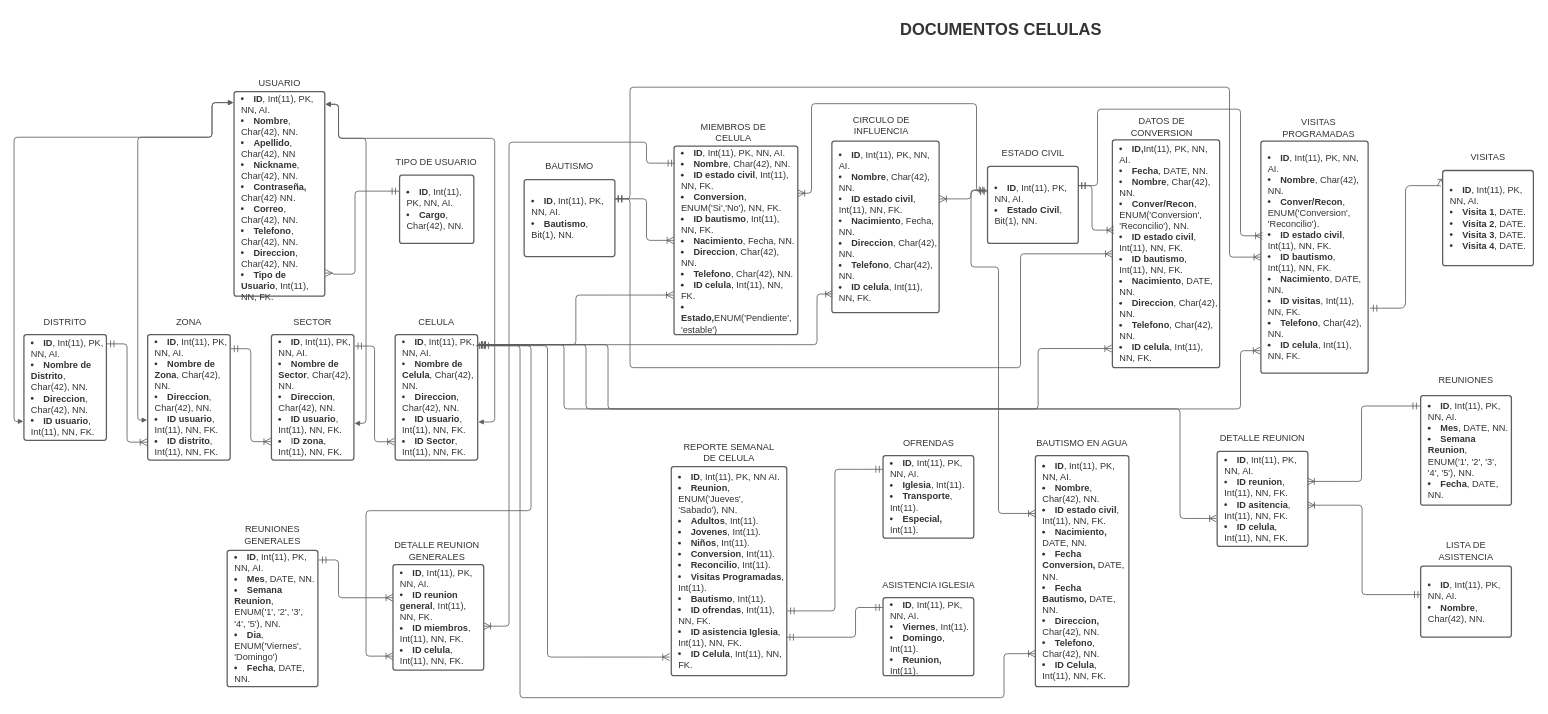
KJCarvajal/la-cosecha keeps this draw.io diagram as page "entidad-relacion" (1 of 2) of Diagrama 1.drawio. Above is the earlier version. Source tidied: cells renumbered, new cells numbered last; positions are measured from the earlier drawing's top-left corner, leaving out a move shared by most shapes. Both pictures are drawn from the tidied source at 55%, with x=0, y=0 at pixel (14, 10).
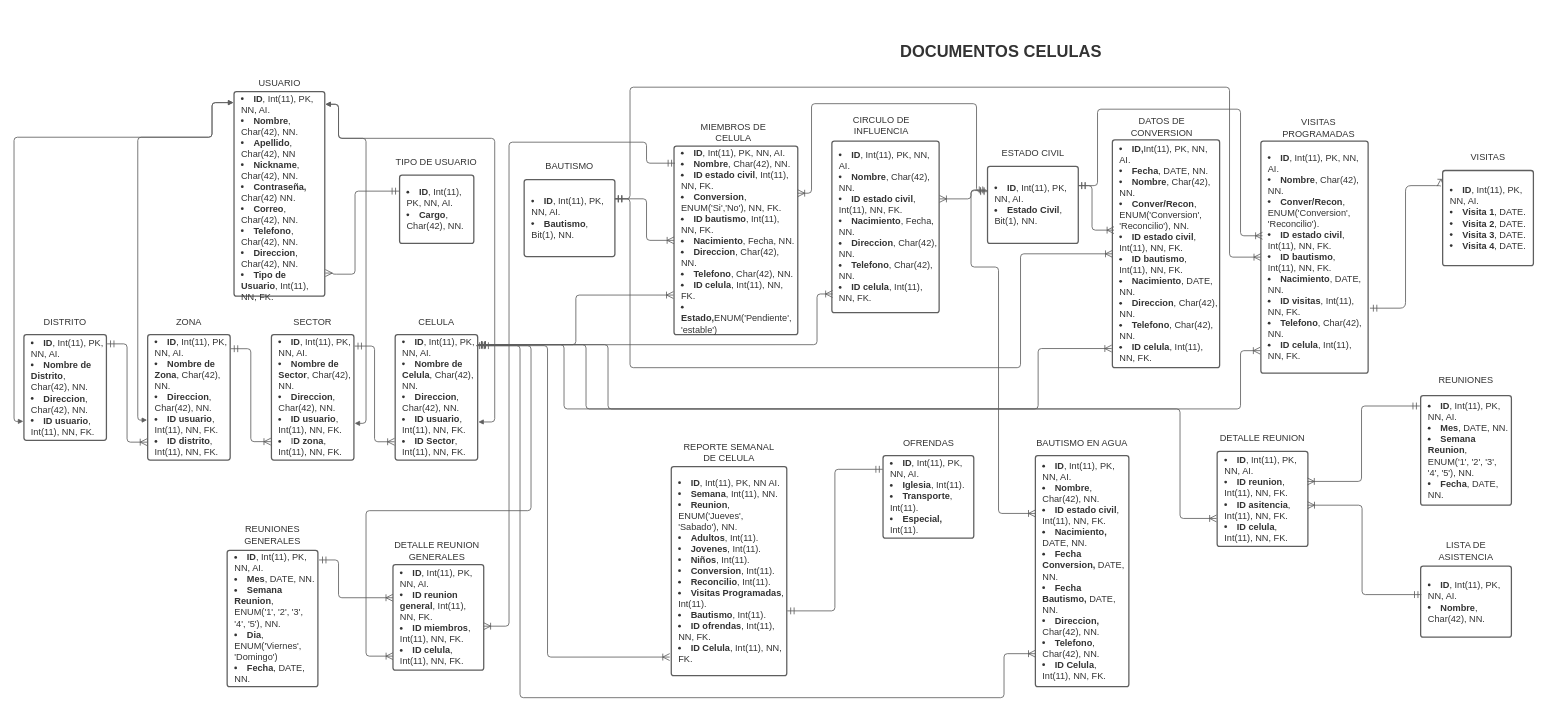
The same diagram, later.

Unchanged cells that the change refers to:
```xml
<mxCell id="13" value="&lt;ul style=&quot;margin: 0px; padding-left: 10px;list-style-position: inside; list-style-type:disc&quot;&gt;&lt;li style=&quot;text-align:left;color:#333333;font-size:16.7px;&quot;&gt;&lt;span style=&quot;margin-left: 0px;margin-top: -2px;&quot;&gt;&lt;span style=&quot;font-size:16.7px;color:#333333;font-weight: bold;&quot;&gt;ID&lt;/span&gt;&lt;span style=&quot;font-size:16.7px;color:#333333;&quot;&gt;, Int(11), PK, NN, AI.&lt;/span&gt;&lt;/span&gt;&lt;/li&gt;&lt;li style=&quot;text-align:left;color:#333333;font-size:16.7px;&quot;&gt;&lt;span style=&quot;margin-left: 0px;margin-top: -2px;&quot;&gt;&lt;span style=&quot;font-size:16.7px;color:#333333;&quot;&gt;&lt;span style=&quot;font-size:16.7px;color:#333333;font-weight: bold;&quot;&gt;Nombre de Celula&lt;/span&gt;, Char(42), NN.&lt;/span&gt;&lt;/span&gt;&lt;/li&gt;&lt;li style=&quot;text-align:left;color:#333333;font-size:16.7px;&quot;&gt;&lt;span style=&quot;margin-left: 0px;margin-top: -2px;&quot;&gt;&lt;span style=&quot;font-size:16.7px;color:#333333;&quot;&gt;&lt;span style=&quot;font-size:16.7px;color:#333333;font-weight: bold;&quot;&gt;Direccion&lt;/span&gt;, Char(42), NN.&lt;/span&gt;&lt;/span&gt;&lt;/li&gt;&lt;li style=&quot;text-align:left;color:#333333;font-size:16.7px;&quot;&gt;&lt;span style=&quot;margin-left: 0px;margin-top: -2px;&quot;&gt;&lt;span style=&quot;font-size:16.7px;color:#333333;&quot;&gt;&lt;span style=&quot;font-size:16.7px;color:#333333;font-weight: bold;&quot;&gt;ID usuario&lt;/span&gt;, Int(11), NN, FK.&lt;/span&gt;&lt;/span&gt;&lt;/li&gt;&lt;li style=&quot;text-align:left;color:#333333;font-size:16.7px;&quot;&gt;&lt;span style=&quot;margin-left: 0px;margin-top: -2px;&quot;&gt;&lt;span style=&quot;font-size:16.7px;color:#333333;&quot;&gt;&lt;span style=&quot;font-size:16.7px;color:#333333;font-weight: bold;&quot;&gt;ID Sector&lt;/span&gt;, Int(11), NN, FK.&lt;/span&gt;&lt;/span&gt;&lt;/li&gt;&lt;/ul&gt;" style="html=1;overflow=block;blockSpacing=1;whiteSpace=wrap;fontSize=13;spacing=3.8;strokeColor=#5e5e5e;strokeOpacity=100;rounded=1;absoluteArcSize=1;arcSize=9;strokeWidth=2.3;" parent="1" vertex="1">
  <mxGeometry x="693" y="590" width="150" height="228" as="geometry" />
</mxCell>
<mxCell id="29" value="&lt;ul style=&quot;margin: 0px ; padding-left: 10px ; list-style-position: inside ; list-style-type: disc&quot;&gt;&lt;li style=&quot;text-align: left ; color: #333333 ; font-size: 16.7px&quot;&gt;&lt;span style=&quot;margin-left: 0px ; margin-top: -2px&quot;&gt;&lt;span style=&quot;font-size: 16.7px ; color: #333333 ; font-weight: bold&quot;&gt;ID&lt;/span&gt;&lt;span style=&quot;font-size: 16.7px ; color: #333333&quot;&gt;, Int(11), PK, NN, AI.&lt;/span&gt;&lt;/span&gt;&lt;/li&gt;&lt;li style=&quot;text-align: left ; color: #333333 ; font-size: 16.7px&quot;&gt;&lt;span style=&quot;margin-left: 0px ; margin-top: -2px&quot;&gt;&lt;span style=&quot;font-size: 16.7px ; color: #333333&quot;&gt;&lt;b&gt;ID reunion&lt;/b&gt;, Int(11), NN, FK.&lt;/span&gt;&lt;/span&gt;&lt;/li&gt;&lt;li style=&quot;text-align: left ; color: #333333 ; font-size: 16.7px&quot;&gt;&lt;b&gt;ID asitencia&lt;/b&gt;, Int(11), NN, FK.&lt;br&gt;&lt;b&gt;&lt;/b&gt;&lt;/li&gt;&lt;li style=&quot;text-align: left ; color: #333333 ; font-size: 16.7px&quot;&gt;&lt;span style=&quot;margin-left: 0px ; margin-top: -2px&quot;&gt;&lt;span style=&quot;font-size: 16.7px ; color: #333333&quot;&gt;&lt;span style=&quot;font-size: 16.7px ; color: #333333 ; font-weight: bold&quot;&gt;ID celula&lt;/span&gt;, Int(11), NN, FK.&lt;/span&gt;&lt;/span&gt;&lt;/li&gt;&lt;/ul&gt;" style="html=1;overflow=block;blockSpacing=1;whiteSpace=wrap;fontSize=13;spacing=3.8;strokeColor=#5e5e5e;strokeOpacity=100;rounded=1;absoluteArcSize=1;arcSize=9;strokeWidth=2.3;" parent="1" vertex="1">
  <mxGeometry x="2187.5" y="802" width="165" height="173" as="geometry" />
</mxCell>
```

What changed in the source:
```diff
@@
     <mxCell id="25" value="DOCUMENTOS CELULAS" style="html=1;overflow=block;blockSpacing=1;whiteSpace=wrap;fontSize=30;fontColor=#333333;fontStyle=1;align=center;spacing=3.8;strokeOpacity=0;fillOpacity=0;rounded=1;absoluteArcSize=1;arcSize=9;fillColor=#ffffff;strokeWidth=2.3;" parent="1" vertex="1">
-      <mxGeometry x="1562" width="465" height="70" as="geometry" />
+      <mxGeometry x="1562" y="40" width="465" height="70" as="geometry" />
     </mxCell>
@@
-    <mxCell id="32" style="html=1;jettySize=18;whiteSpace=wrap;overflow=block;blockSpacing=1;fontSize=13;strokeColor=#5E5E5E;strokeWidth=1.5;rounded=1;arcSize=12;edgeStyle=orthogonalEdgeStyle;startArrow=ERoneToMany;startSize=10;endArrow=ERmandOne;endSize=10;exitX=-0.007;exitY=0.706;exitPerimeter=0;entryX=1.008;entryY=0.08;entryPerimeter=0;startFill=0;" parent="1" edge="1" source="29" target="13">
+    <mxCell id="32" style="html=1;jettySize=18;whiteSpace=wrap;overflow=block;blockSpacing=1;fontSize=13;strokeColor=#5E5E5E;strokeWidth=1.5;rounded=1;arcSize=12;edgeStyle=orthogonalEdgeStyle;startArrow=ERoneToMany;startSize=10;endArrow=ERmandOne;endSize=10;exitX=-0.007;exitY=0.706;exitPerimeter=0;entryX=1.008;entryY=0.08;entryPerimeter=0;startFill=0;fillColor=#ffe6cc;" parent="1" edge="1" source="29" target="13">
       <mxGeometry relative="1" as="geometry">
         <Array as="points">
           <mxPoint x="2120" y="924" />
           <mxPoint x="2120" y="725" />
           <mxPoint x="1080" y="725" />
           <mxPoint x="1080" y="608" />
         </Array>
       </mxGeometry>
     </mxCell>
@@
-    <mxCell id="38" value="&lt;ul style=&quot;margin: 0px ; padding-left: 10px ; list-style-position: inside ; list-style-type: disc&quot;&gt;&lt;li style=&quot;text-align: left ; color: #333333 ; font-size: 16.7px&quot;&gt;&lt;span style=&quot;margin-left: 0px ; margin-top: -2px&quot;&gt;&lt;span style=&quot;font-size: 16.7px ; color: #333333 ; font-weight: bold&quot;&gt;ID&lt;/span&gt;&lt;span style=&quot;font-size: 16.7px ; color: #333333&quot;&gt;, Int(11), PK, NN AI.&lt;/span&gt;&lt;/span&gt;&lt;/li&gt;&lt;li style=&quot;text-align: left ; color: #333333 ; font-size: 16.7px&quot;&gt;&lt;span style=&quot;margin-left: 0px ; margin-top: -2px&quot;&gt;&lt;span style=&quot;font-size: 16.7px ; color: #333333&quot;&gt;&lt;span style=&quot;font-size: 16.7px ; color: #333333 ; font-weight: bold&quot;&gt;Reunion&lt;/span&gt;, ENUM('Jueves', 'Sabado'), NN.&lt;/span&gt;&lt;/span&gt;&lt;/li&gt;&lt;li style=&quot;text-align: left ; color: #333333 ; font-size: 16.7px&quot;&gt;&lt;span style=&quot;margin-left: 0px ; margin-top: -2px&quot;&gt;&lt;span style=&quot;font-size: 16.7px ; color: #333333&quot;&gt;&lt;span style=&quot;font-size: 16.7px ; color: #333333 ; font-weight: bold&quot;&gt;Adultos&lt;/span&gt;, Int(11).&lt;/span&gt;&lt;/span&gt;&lt;/li&gt;&lt;li style=&quot;text-align: left ; color: #333333 ; font-size: 16.7px&quot;&gt;&lt;span style=&quot;margin-left: 0px ; margin-top: -2px&quot;&gt;&lt;span style=&quot;font-size: 16.7px ; color: #333333&quot;&gt;&lt;span style=&quot;font-size: 16.7px ; color: #333333 ; font-weight: bold&quot;&gt;Jovenes&lt;/span&gt;, Int(11).&lt;/span&gt;&lt;/span&gt;&lt;/li&gt;&lt;li style=&quot;text-align: left ; color: #333333 ; font-size: 16.7px&quot;&gt;&lt;span style=&quot;margin-left: 0px ; margin-top: -2px&quot;&gt;&lt;span style=&quot;font-size: 16.7px ; color: #333333&quot;&gt;&lt;span style=&quot;font-size: 16.7px ; color: #333333 ; font-weight: bold&quot;&gt;Niños&lt;/span&gt;, Int(11).&lt;/span&gt;&lt;/span&gt;&lt;/li&gt;&lt;li style=&quot;text-align: left ; color: #333333 ; font-size: 16.7px&quot;&gt;&lt;span style=&quot;margin-left: 0px ; margin-top: -2px&quot;&gt;&lt;span style=&quot;font-size: 16.7px ; color: #333333&quot;&gt;&lt;span style=&quot;font-size: 16.7px ; color: #333333 ; font-weight: bold&quot;&gt;Conversion&lt;/span&gt;, Int(11).&lt;/span&gt;&lt;/span&gt;&lt;/li&gt;&lt;li style=&quot;text-align: left ; color: #333333 ; font-size: 16.7px&quot;&gt;&lt;span style=&quot;margin-left: 0px ; margin-top: -2px&quot;&gt;&lt;span style=&quot;font-size: 16.7px ; color: #333333&quot;&gt;&lt;span style=&quot;font-size: 16.7px ; color: #333333 ; font-weight: bold&quot;&gt;Reconcilio&lt;/span&gt;, Int(11).&lt;/span&gt;&lt;/span&gt;&lt;/li&gt;&lt;li style=&quot;text-align: left ; color: #333333 ; font-size: 16.7px&quot;&gt;&lt;span style=&quot;margin-left: 0px ; margin-top: -2px&quot;&gt;&lt;span style=&quot;font-size: 16.7px ; color: #333333&quot;&gt;&lt;span style=&quot;font-size: 16.7px ; color: #333333 ; font-weight: bold&quot;&gt;Visitas Programadas&lt;/span&gt;, Int(11).&lt;/span&gt;&lt;/span&gt;&lt;/li&gt;&lt;li style=&quot;text-align: left ; color: #333333 ; font-size: 16.7px&quot;&gt;&lt;span style=&quot;margin-left: 0px ; margin-top: -2px&quot;&gt;&lt;span style=&quot;font-size: 16.7px ; color: #333333&quot;&gt;&lt;span style=&quot;font-size: 16.7px ; color: #333333 ; font-weight: bold&quot;&gt;Bautismo&lt;/span&gt;, Int(11).&lt;/span&gt;&lt;/span&gt;&lt;/li&gt;&lt;li style=&quot;text-align: left ; color: #333333 ; font-size: 16.7px&quot;&gt;&lt;span style=&quot;margin-left: 0px ; margin-top: -2px&quot;&gt;&lt;span style=&quot;font-size: 16.7px ; color: #333333&quot;&gt;&lt;span style=&quot;font-size: 16.7px ; color: #333333 ; font-weight: bold&quot;&gt;ID ofrendas&lt;/span&gt;, Int(11), NN, FK.&lt;/span&gt;&lt;/span&gt;&lt;/li&gt;&lt;li style=&quot;text-align: left ; color: #333333 ; font-size: 16.7px&quot;&gt;&lt;span style=&quot;margin-left: 0px ; margin-top: -2px&quot;&gt;&lt;span style=&quot;font-size: 16.7px ; color: #333333&quot;&gt;&lt;span style=&quot;font-size: 16.7px ; color: #333333 ; font-weight: bold&quot;&gt;ID asistencia Iglesia&lt;/span&gt;, Int(11), NN, FK.&lt;/span&gt;&lt;/span&gt;&lt;/li&gt;&lt;li style=&quot;text-align: left ; color: #333333 ; font-size: 16.7px&quot;&gt;&lt;span style=&quot;margin-left: 0px ; margin-top: -2px&quot;&gt;&lt;span style=&quot;font-size: 16.7px ; color: #333333&quot;&gt;&lt;b&gt;ID Celula&lt;/b&gt;, Int(11), NN, FK.&lt;br&gt;&lt;/span&gt;&lt;/span&gt;&lt;/li&gt;&lt;/ul&gt;" style="html=1;overflow=block;blockSpacing=1;whiteSpace=wrap;fontSize=13;spacing=3.8;strokeColor=#5e5e5e;strokeOpacity=100;rounded=1;absoluteArcSize=1;arcSize=9;strokeWidth=2.3;" parent="1" vertex="1">
+    <mxCell id="38" value="&lt;ul style=&quot;margin: 0px ; padding-left: 10px ; list-style-position: inside ; list-style-type: disc&quot;&gt;&lt;li style=&quot;text-align: left ; color: #333333 ; font-size: 16.7px&quot;&gt;&lt;span style=&quot;margin-left: 0px ; margin-top: -2px&quot;&gt;&lt;span style=&quot;font-size: 16.7px ; color: #333333 ; font-weight: bold&quot;&gt;ID&lt;/span&gt;&lt;span style=&quot;font-size: 16.7px ; color: #333333&quot;&gt;, Int(11), PK, NN AI.&lt;/span&gt;&lt;/span&gt;&lt;/li&gt;&lt;li style=&quot;text-align: left ; color: #333333 ; font-size: 16.7px&quot;&gt;&lt;span style=&quot;margin-left: 0px ; margin-top: -2px&quot;&gt;&lt;span style=&quot;font-size: 16.7px ; color: #333333&quot;&gt;&lt;b&gt;Semana&lt;/b&gt;, Int(11), NN.&lt;br&gt;&lt;/span&gt;&lt;/span&gt;&lt;/li&gt;&lt;li style=&quot;text-align: left ; color: #333333 ; font-size: 16.7px&quot;&gt;&lt;span style=&quot;margin-left: 0px ; margin-top: -2px&quot;&gt;&lt;span style=&quot;font-size: 16.7px ; color: #333333&quot;&gt;&lt;span style=&quot;font-size: 16.7px ; color: #333333 ; font-weight: bold&quot;&gt;Reunion&lt;/span&gt;, ENUM('Jueves', 'Sabado'), NN.&lt;/span&gt;&lt;/span&gt;&lt;/li&gt;&lt;li style=&quot;text-align: left ; color: #333333 ; font-size: 16.7px&quot;&gt;&lt;span style=&quot;margin-left: 0px ; margin-top: -2px&quot;&gt;&lt;span style=&quot;font-size: 16.7px ; color: #333333&quot;&gt;&lt;span style=&quot;font-size: 16.7px ; color: #333333 ; font-weight: bold&quot;&gt;Adultos&lt;/span&gt;, Int(11).&lt;/span&gt;&lt;/span&gt;&lt;/li&gt;&lt;li style=&quot;text-align: left ; color: #333333 ; font-size: 16.7px&quot;&gt;&lt;span style=&quot;margin-left: 0px ; margin-top: -2px&quot;&gt;&lt;span style=&quot;font-size: 16.7px ; color: #333333&quot;&gt;&lt;span style=&quot;font-size: 16.7px ; color: #333333 ; font-weight: bold&quot;&gt;Jovenes&lt;/span&gt;, Int(11).&lt;/span&gt;&lt;/span&gt;&lt;/li&gt;&lt;li style=&quot;text-align: left ; color: #333333 ; font-size: 16.7px&quot;&gt;&lt;span style=&quot;margin-left: 0px ; margin-top: -2px&quot;&gt;&lt;span style=&quot;font-size: 16.7px ; color: #333333&quot;&gt;&lt;span style=&quot;font-size: 16.7px ; color: #333333 ; font-weight: bold&quot;&gt;Niños&lt;/span&gt;, Int(11).&lt;/span&gt;&lt;/span&gt;&lt;/li&gt;&lt;li style=&quot;text-align: left ; color: #333333 ; font-size: 16.7px&quot;&gt;&lt;span style=&quot;margin-left: 0px ; margin-top: -2px&quot;&gt;&lt;span style=&quot;font-size: 16.7px ; color: #333333&quot;&gt;&lt;span style=&quot;font-size: 16.7px ; color: #333333 ; font-weight: bold&quot;&gt;Conversion&lt;/span&gt;, Int(11).&lt;/span&gt;&lt;/span&gt;&lt;/li&gt;&lt;li style=&quot;text-align: left ; color: #333333 ; font-size: 16.7px&quot;&gt;&lt;span style=&quot;margin-left: 0px ; margin-top: -2px&quot;&gt;&lt;span style=&quot;font-size: 16.7px ; color: #333333&quot;&gt;&lt;span style=&quot;font-size: 16.7px ; color: #333333 ; font-weight: bold&quot;&gt;Reconcilio&lt;/span&gt;, Int(11).&lt;/span&gt;&lt;/span&gt;&lt;/li&gt;&lt;li style=&quot;text-align: left ; color: #333333 ; font-size: 16.7px&quot;&gt;&lt;span style=&quot;margin-left: 0px ; margin-top: -2px&quot;&gt;&lt;span style=&quot;font-size: 16.7px ; color: #333333&quot;&gt;&lt;span style=&quot;font-size: 16.7px ; color: #333333 ; font-weight: bold&quot;&gt;Visitas Programadas&lt;/span&gt;, Int(11).&lt;/span&gt;&lt;/span&gt;&lt;/li&gt;&lt;li style=&quot;text-align: left ; color: #333333 ; font-size: 16.7px&quot;&gt;&lt;span style=&quot;margin-left: 0px ; margin-top: -2px&quot;&gt;&lt;span style=&quot;font-size: 16.7px ; color: #333333&quot;&gt;&lt;span style=&quot;font-size: 16.7px ; color: #333333 ; font-weight: bold&quot;&gt;Bautismo&lt;/span&gt;, Int(11).&lt;/span&gt;&lt;/span&gt;&lt;/li&gt;&lt;li style=&quot;text-align: left ; color: #333333 ; font-size: 16.7px&quot;&gt;&lt;span style=&quot;margin-left: 0px ; margin-top: -2px&quot;&gt;&lt;span style=&quot;font-size: 16.7px ; color: #333333&quot;&gt;&lt;span style=&quot;font-size: 16.7px ; color: #333333 ; font-weight: bold&quot;&gt;ID ofrendas&lt;/span&gt;, Int(11), NN, FK.&lt;/span&gt;&lt;/span&gt;&lt;/li&gt;&lt;li style=&quot;text-align: left ; color: #333333 ; font-size: 16.7px&quot;&gt;&lt;span style=&quot;margin-left: 0px ; margin-top: -2px&quot;&gt;&lt;span style=&quot;font-size: 16.7px ; color: #333333&quot;&gt;&lt;b&gt;ID Celula&lt;/b&gt;, Int(11), NN, FK.&lt;br&gt;&lt;/span&gt;&lt;/span&gt;&lt;/li&gt;&lt;/ul&gt;" style="html=1;overflow=block;blockSpacing=1;whiteSpace=wrap;fontSize=13;spacing=3.8;strokeColor=#5e5e5e;strokeOpacity=100;rounded=1;absoluteArcSize=1;arcSize=9;strokeWidth=2.3;" parent="1" vertex="1">
       <mxGeometry x="1195" y="830" width="210" height="380" as="geometry" />
     </mxCell>
@@
-    <mxCell id="42" value="&lt;ul style=&quot;margin: 0px ; padding-left: 10px ; list-style-position: inside ; list-style-type: disc&quot;&gt;&lt;li style=&quot;text-align: left ; color: #333333 ; font-size: 16.7px&quot;&gt;&lt;span style=&quot;margin-left: 0px ; margin-top: -2px&quot;&gt;&lt;span style=&quot;font-size: 16.7px ; color: #333333 ; font-weight: bold&quot;&gt;ID&lt;/span&gt;&lt;span style=&quot;font-size: 16.7px ; color: #333333&quot;&gt;, Int(11), PK, NN, AI.&lt;/span&gt;&lt;/span&gt;&lt;/li&gt;&lt;li style=&quot;text-align: left ; color: #333333 ; font-size: 16.7px&quot;&gt;&lt;span style=&quot;margin-left: 0px ; margin-top: -2px&quot;&gt;&lt;span style=&quot;font-size: 16.7px ; color: #333333&quot;&gt;&lt;b&gt;Viernes&lt;/b&gt;, Int(11).&lt;/span&gt;&lt;/span&gt;&lt;/li&gt;&lt;li style=&quot;text-align: left ; color: #333333 ; font-size: 16.7px&quot;&gt;&lt;span style=&quot;margin-left: 0px ; margin-top: -2px&quot;&gt;&lt;span style=&quot;font-size: 16.7px ; color: #333333&quot;&gt;&lt;b&gt;Domingo&lt;/b&gt;, Int(11).&lt;/span&gt;&lt;/span&gt;&lt;/li&gt;&lt;li style=&quot;text-align: left ; color: #333333 ; font-size: 16.7px&quot;&gt;&lt;span style=&quot;margin-left: 0px ; margin-top: -2px&quot;&gt;&lt;span style=&quot;font-size: 16.7px ; color: #333333&quot;&gt;&lt;b&gt;Reunion,&lt;/b&gt; Int(11).&lt;br&gt;&lt;/span&gt;&lt;/span&gt;&lt;/li&gt;&lt;/ul&gt;" style="html=1;overflow=block;blockSpacing=1;whiteSpace=wrap;fontSize=13;spacing=3.8;strokeColor=#5e5e5e;strokeOpacity=100;rounded=1;absoluteArcSize=1;arcSize=9;strokeWidth=2.3;" parent="1" vertex="1">
-      <mxGeometry x="1580" y="1068" width="165" height="142" as="geometry" />
-    </mxCell>
@@
-    <mxCell id="44" style="html=1;jettySize=18;whiteSpace=wrap;overflow=block;blockSpacing=1;fontSize=13;strokeColor=#5E5E5E;strokeWidth=1.5;rounded=1;arcSize=12;edgeStyle=orthogonalEdgeStyle;startArrow=ERmandOne;startSize=10;endArrow=ERmandOne;endSize=10;endFill=0;exitX=0.998;exitY=0.816;exitDx=0;exitDy=0;exitPerimeter=0;entryX=-0.003;entryY=0.127;entryDx=0;entryDy=0;entryPerimeter=0;" parent="1" edge="1" source="38" target="42">
-      <mxGeometry relative="1" as="geometry">
-        <Array as="points">
-          <mxPoint x="1530" y="1140" />
-          <mxPoint x="1530" y="1086" />
-        </Array>
-      </mxGeometry>
-    </mxCell>
@@
-    <mxCell id="46" value="ASISTENCIA IGLESIA" style="html=1;overflow=block;blockSpacing=1;whiteSpace=wrap;fontSize=16.7;fontColor=#333333;align=center;spacing=3.8;strokeOpacity=0;fillOpacity=0;rounded=1;absoluteArcSize=1;arcSize=9;fillColor=#ffffff;strokeWidth=2.3;" parent="1" vertex="1">
-      <mxGeometry x="1572.5" y="1023" width="180" height="45" as="geometry" />
-    </mxCell>
```
